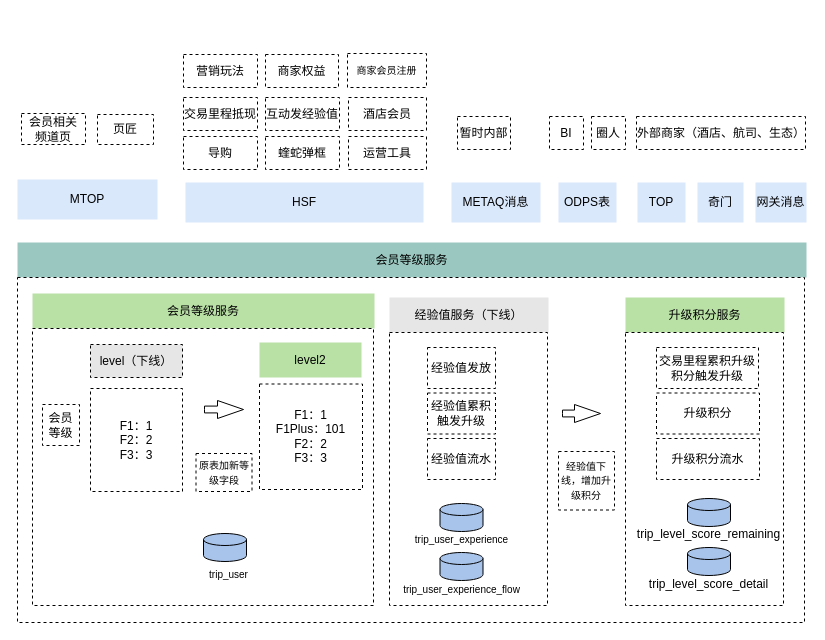
The draw.io diagram page "体系升级服务" (8 of 8) of 会员成长平台.drawio in renqiuming/drawio, before the edit. Source tidied: cells renumbered, new cells numbered last; positions are measured from the earlier drawing's top-left corner, leaving out a move shared by most shapes. Both pictures are drawn from the tidied source at 100%, with x=0, y=0 at pixel (17, 53).
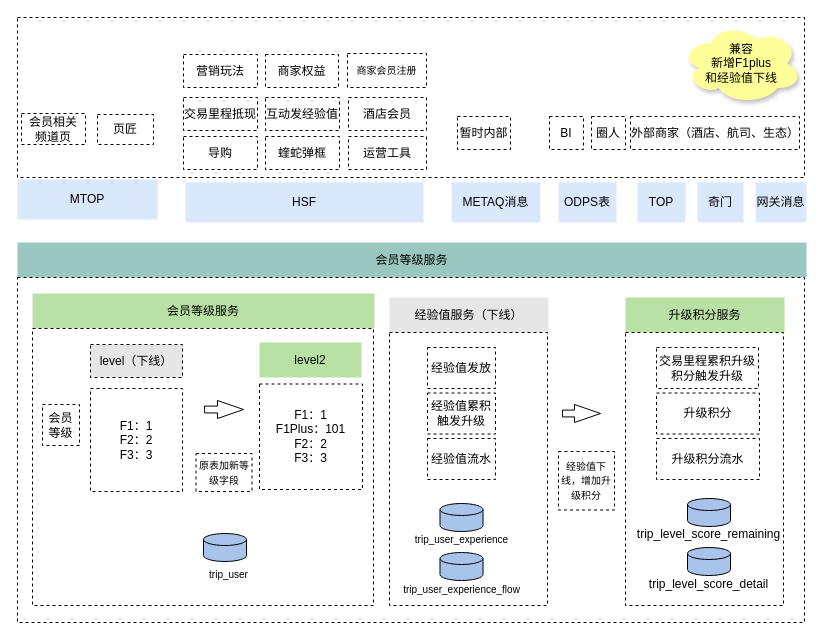
After the change.

Commit message:
更新会员成长平台.drawio

The edit, as a diff of the source:
```diff
@@
+    <mxCell id="57" style="rounded=0;whiteSpace=wrap;html=1;dashed=1;" parent="1" vertex="1">
+      <mxGeometry y="-36" width="787" height="160" as="geometry" />
+    </mxCell>
@@
     <mxCell id="12" value="外部商家（酒店、航司、生态）" style="rounded=0;whiteSpace=wrap;html=1;dashed=1;" parent="1" vertex="1">
-      <mxGeometry x="619" y="63" width="169" height="33" as="geometry" />
+      <mxGeometry x="613" y="63" width="169" height="33" as="geometry" />
     </mxCell>
@@
+    <mxCell id="58" value="&lt;span&gt;兼容&lt;/span&gt;&lt;br&gt;&lt;span&gt;新增F1plus&lt;/span&gt;&lt;br&gt;&lt;span&gt;和经验值下线&lt;/span&gt;" style="ellipse;shape=cloud;whiteSpace=wrap;html=1;fillColor=#FFFF99;shadow=1;strokeColor=#FFFF99;" parent="1" vertex="1">
+      <mxGeometry x="664" y="-30" width="120" height="80" as="geometry" />
+    </mxCell>
```
